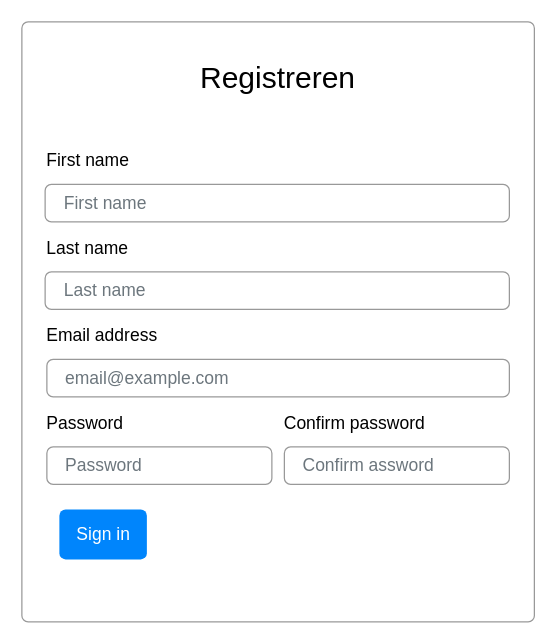
Earlier version of the draw.io diagram page "registreren" (1 of 4) of Untitled Diagram.drawio (shafea87/mijnProject). Source tidied: cells renumbered, new cells numbered last; positions are measured from the earlier drawing's top-left corner, leaving out a move shared by most shapes. Both pictures are drawn from the tidied source at 125%, with x=0, y=0 at pixel (21, 21).
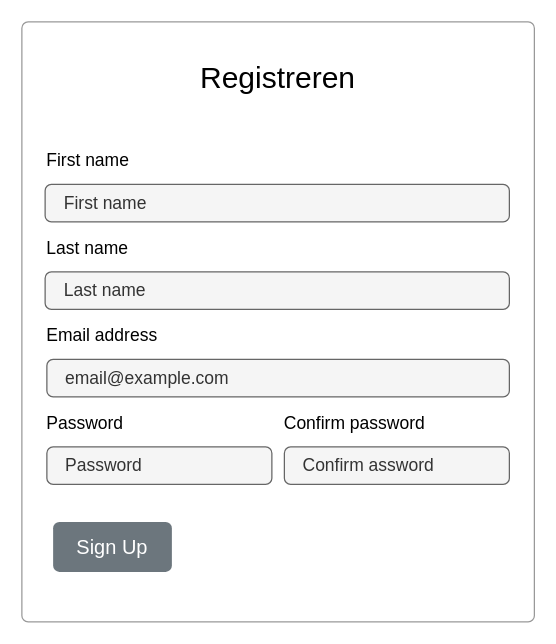
Above is the later version.

Diff of the diagram source:
```diff
@@
 <mxGraphModel>
   <root>
     <mxCell id="0" />
     <mxCell id="1" parent="0" />
     <mxCell id="2" style="html=1;shadow=0;dashed=0;shape=mxgraph.bootstrap.rrect;rSize=5;fillColor=#ffffff;strokeColor=#999999;" parent="1" vertex="1">
       <mxGeometry width="410" height="480" as="geometry" />
     </mxCell>
     <mxCell id="3" value="Email address" style="fillColor=none;strokeColor=none;align=left;spacing=20;fontSize=14;" parent="2" vertex="1">
       <mxGeometry width="220" height="40" relative="1" as="geometry">
         <mxPoint y="230" as="offset" />
       </mxGeometry>
     </mxCell>
-    <mxCell id="4" value="email@example.com" style="html=1;shadow=0;dashed=0;shape=mxgraph.bootstrap.rrect;rSize=5;fillColor=none;strokeColor=#999999;align=left;spacing=15;fontSize=14;fontColor=#6C767D;" parent="2" vertex="1">
+    <mxCell id="4" value="email@example.com" style="html=1;shadow=0;dashed=0;shape=mxgraph.bootstrap.rrect;rSize=5;fillColor=#f5f5f5;strokeColor=#666666;align=left;spacing=15;fontSize=14;fontColor=#333333;" parent="2" vertex="1">
       <mxGeometry width="370" height="30" relative="1" as="geometry">
         <mxPoint x="20" y="270" as="offset" />
       </mxGeometry>
     </mxCell>
     <mxCell id="5" value="Password" style="fillColor=none;strokeColor=none;align=left;spacing=20;fontSize=14;" parent="2" vertex="1">
       <mxGeometry width="220" height="40" relative="1" as="geometry">
         <mxPoint y="300" as="offset" />
       </mxGeometry>
     </mxCell>
-    <mxCell id="6" value="Password" style="html=1;shadow=0;dashed=0;shape=mxgraph.bootstrap.rrect;rSize=5;fillColor=none;strokeColor=#999999;align=left;spacing=15;fontSize=14;fontColor=#6C767D;" parent="2" vertex="1">
+    <mxCell id="6" value="Password" style="html=1;shadow=0;dashed=0;shape=mxgraph.bootstrap.rrect;rSize=5;fillColor=#f5f5f5;strokeColor=#666666;align=left;spacing=15;fontSize=14;fontColor=#333333;" parent="2" vertex="1">
       <mxGeometry width="180" height="30" relative="1" as="geometry">
         <mxPoint x="20" y="340" as="offset" />
       </mxGeometry>
     </mxCell>
-    <mxCell id="7" value="Sign in" style="html=1;shadow=0;dashed=0;shape=mxgraph.bootstrap.rrect;rSize=5;fillColor=#0085FC;strokeColor=none;align=center;fontSize=14;fontColor=#FFFFFF;" parent="2" vertex="1">
-      <mxGeometry width="70" height="40" relative="1" as="geometry">
-        <mxPoint x="30" y="390" as="offset" />
-      </mxGeometry>
-    </mxCell>
     <mxCell id="8" value="First name" style="fillColor=none;strokeColor=none;align=left;spacing=20;fontSize=14;" parent="2" vertex="1">
       <mxGeometry y="90" width="410" height="40" as="geometry" />
     </mxCell>
-    <mxCell id="9" value="First name" style="html=1;shadow=0;dashed=0;shape=mxgraph.bootstrap.rrect;rSize=5;fillColor=none;strokeColor=#999999;align=left;spacing=15;fontSize=14;fontColor=#6C767D;" parent="2" vertex="1">
+    <mxCell id="9" value="First name" style="html=1;shadow=0;dashed=0;shape=mxgraph.bootstrap.rrect;rSize=5;fillColor=#f5f5f5;strokeColor=#666666;align=left;spacing=15;fontSize=14;fontColor=#333333;" parent="2" vertex="1">
       <mxGeometry x="18.6" y="130" width="371.4" height="30" as="geometry" />
     </mxCell>
     <mxCell id="10" value="Last name" style="fillColor=none;strokeColor=none;align=left;spacing=20;fontSize=14;" parent="2" vertex="1">
       <mxGeometry y="160" width="410" height="40" as="geometry" />
     </mxCell>
-    <mxCell id="11" value="Last name" style="html=1;shadow=0;dashed=0;shape=mxgraph.bootstrap.rrect;rSize=5;fillColor=none;strokeColor=#999999;align=left;spacing=15;fontSize=14;fontColor=#6C767D;" parent="2" vertex="1">
+    <mxCell id="11" value="Last name" style="html=1;shadow=0;dashed=0;shape=mxgraph.bootstrap.rrect;rSize=5;fillColor=#f5f5f5;strokeColor=#666666;align=left;spacing=15;fontSize=14;fontColor=#333333;" parent="2" vertex="1">
       <mxGeometry x="18.6" y="200" width="371.4" height="30" as="geometry" />
     </mxCell>
     <mxCell id="12" value="Confirm password" style="fillColor=none;strokeColor=none;align=left;spacing=20;fontSize=14;" parent="2" vertex="1">
       <mxGeometry x="190" y="300" width="192.1" height="40" as="geometry" />
     </mxCell>
-    <mxCell id="13" value="Confirm assword" style="html=1;shadow=0;dashed=0;shape=mxgraph.bootstrap.rrect;rSize=5;fillColor=none;strokeColor=#999999;align=left;spacing=15;fontSize=14;fontColor=#6C767D;" parent="2" vertex="1">
+    <mxCell id="13" value="Confirm assword" style="html=1;shadow=0;dashed=0;shape=mxgraph.bootstrap.rrect;rSize=5;fillColor=#f5f5f5;strokeColor=#666666;align=left;spacing=15;fontSize=14;fontColor=#333333;" parent="2" vertex="1">
       <mxGeometry x="210" y="340" width="180" height="30" as="geometry" />
     </mxCell>
     <mxCell id="14" value="&lt;font style=&quot;font-size: 24px&quot;&gt;Registreren&lt;/font&gt;" style="text;html=1;strokeColor=none;fillColor=none;align=center;verticalAlign=middle;whiteSpace=wrap;rounded=0;" parent="2" vertex="1">
       <mxGeometry x="85" y="30" width="240" height="30" as="geometry" />
     </mxCell>
+    <mxCell id="15" value="Sign Up" style="html=1;shadow=0;dashed=0;shape=mxgraph.bootstrap.rrect;rSize=5;strokeColor=none;strokeWidth=1;fillColor=#6C767D;fontColor=#FFFFFF;whiteSpace=wrap;align=center;verticalAlign=middle;spacingLeft=0;fontStyle=0;fontSize=16;spacing=5;" parent="2" vertex="1">
+      <mxGeometry x="25" y="400" width="95" height="40" as="geometry" />
+    </mxCell>
   </root>
 </mxGraphModel>
```
